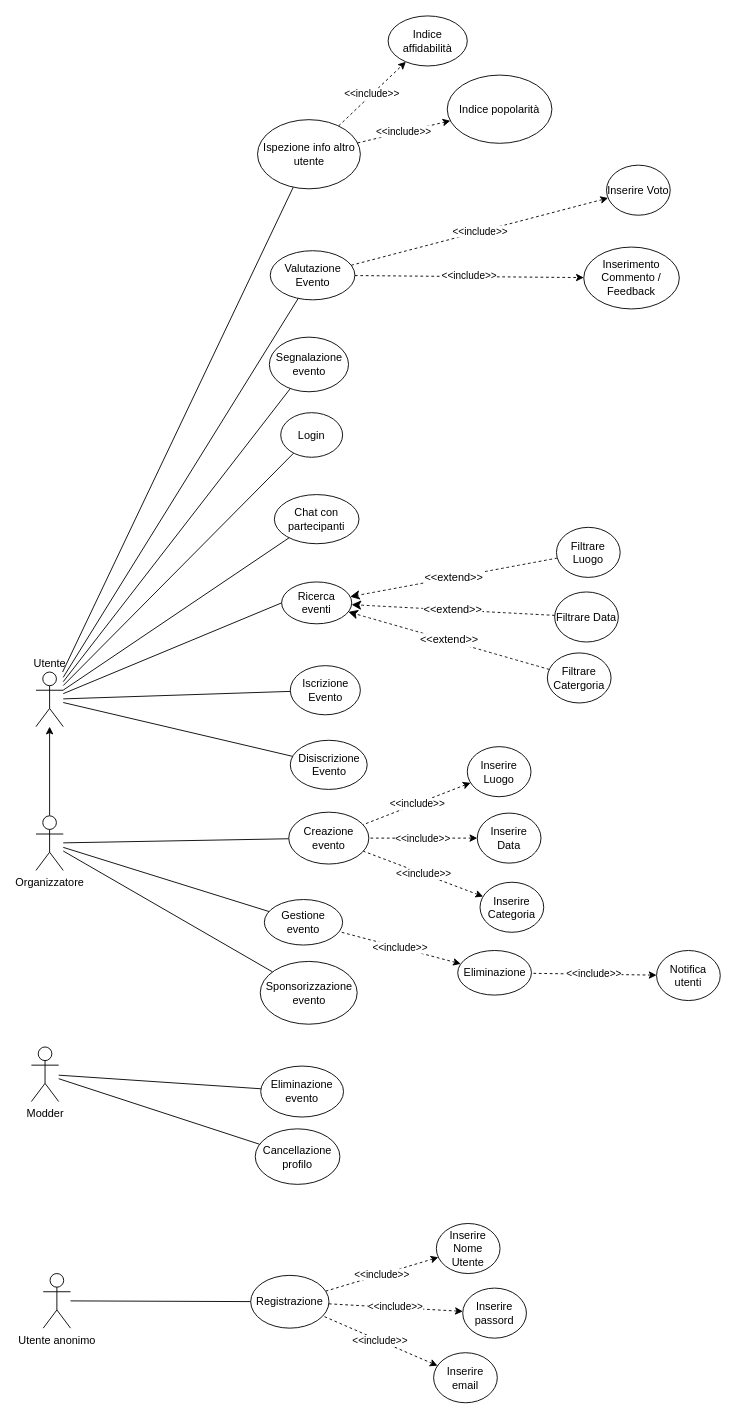
Above: docs/use_case.drawio in SamueleFacenda/activitn (draw.io), before the change. Source tidied: cells renumbered, new cells numbered last; positions are measured from the earlier drawing's top-left corner, leaving out a move shared by most shapes. Both pictures are drawn from the tidied source at 91%, with x=0, y=0 at pixel (31, 15).
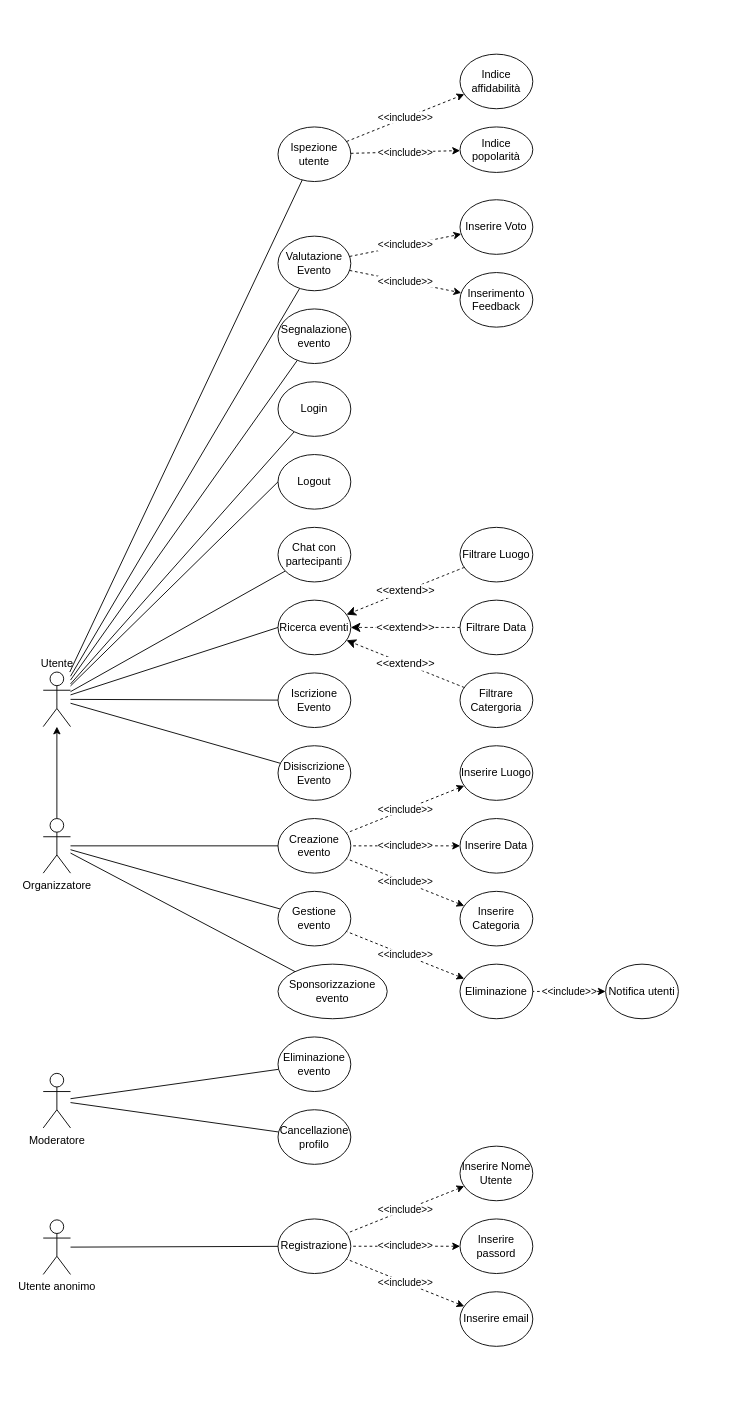
Above is the later version.

Commit message (it also covers changes not shown here):
docs: align and uniform use case nodes

Change to the diagram source:
```diff
@@
     <mxCell id="9" value="Utente" style="shape=umlActor;verticalLabelPosition=top;verticalAlign=bottom;html=1;outlineConnect=0;labelPosition=center;align=center;" parent="1" vertex="1">
-      <mxGeometry x="5" y="721" width="30" height="60" as="geometry" />
+      <mxGeometry x="13" y="721" width="30" height="60" as="geometry" />
     </mxCell>
@@
     <mxCell id="14" value="Organizzatore" style="shape=umlActor;verticalLabelPosition=bottom;verticalAlign=top;html=1;outlineConnect=0;" parent="1" vertex="1">
-      <mxGeometry x="5" y="879" width="30" height="60" as="geometry" />
+      <mxGeometry x="13" y="882" width="30" height="60" as="geometry" />
     </mxCell>
@@
-    <mxCell id="17" value="Modder" style="shape=umlActor;verticalLabelPosition=bottom;verticalAlign=top;html=1;outlineConnect=0;" parent="1" vertex="1">
-      <mxGeometry y="1133" width="30" height="60" as="geometry" />
+    <mxCell id="17" value="Moderatore" style="shape=umlActor;verticalLabelPosition=bottom;verticalAlign=top;html=1;outlineConnect=0;" parent="1" vertex="1">
+      <mxGeometry x="13" y="1162" width="30" height="60" as="geometry" />
     </mxCell>
     <mxCell id="18" value="Creazione evento" style="ellipse;whiteSpace=wrap;html=1;" parent="1" vertex="1">
-      <mxGeometry x="282.8" y="875" width="88" height="57" as="geometry" />
+      <mxGeometry x="271" y="882" width="80" height="60" as="geometry" />
     </mxCell>
     <mxCell id="19" value="Sponsorizzazione evento" style="ellipse;whiteSpace=wrap;html=1;" parent="1" vertex="1">
-      <mxGeometry x="251.5" y="1039" width="106.5" height="69" as="geometry" />
+      <mxGeometry x="271" y="1042" width="120" height="60" as="geometry" />
     </mxCell>
@@
     <mxCell id="21" value="Ricerca eventi" style="ellipse;whiteSpace=wrap;html=1;" parent="1" vertex="1">
-      <mxGeometry x="275" y="622" width="77" height="46" as="geometry" />
+      <mxGeometry x="271" y="642" width="80" height="60" as="geometry" />
     </mxCell>
     <mxCell id="22" value="Login" style="ellipse;whiteSpace=wrap;html=1;" parent="1" vertex="1">
-      <mxGeometry x="274" y="436" width="68" height="49" as="geometry" />
+      <mxGeometry x="271" y="402" width="80" height="60" as="geometry" />
     </mxCell>
     <mxCell id="23" value="Iscrizione Evento" style="ellipse;whiteSpace=wrap;html=1;" parent="1" vertex="1">
-      <mxGeometry x="284.5" y="714" width="77" height="54" as="geometry" />
+      <mxGeometry x="271" y="722" width="80" height="60" as="geometry" />
     </mxCell>
     <mxCell id="24" value="Disiscrizione Evento" style="ellipse;whiteSpace=wrap;html=1;" parent="1" vertex="1">
-      <mxGeometry x="284.5" y="796" width="84.5" height="54" as="geometry" />
+      <mxGeometry x="271" y="802" width="80" height="60" as="geometry" />
     </mxCell>
     <mxCell id="25" value="Cancellazione profilo" style="ellipse;whiteSpace=wrap;html=1;" parent="1" vertex="1">
-      <mxGeometry x="246" y="1223" width="93" height="61" as="geometry" />
+      <mxGeometry x="271" y="1202" width="80" height="60" as="geometry" />
     </mxCell>
     <mxCell id="26" value="Eliminazione evento" style="ellipse;whiteSpace=wrap;html=1;" parent="1" vertex="1">
-      <mxGeometry x="252" y="1154" width="91" height="56" as="geometry" />
+      <mxGeometry x="271" y="1122" width="80" height="60" as="geometry" />
     </mxCell>
     <mxCell id="27" value="Filtrare Catergoria" style="ellipse;whiteSpace=wrap;html=1;" parent="1" vertex="1">
-      <mxGeometry x="567" y="700" width="70" height="55" as="geometry" />
+      <mxGeometry x="471" y="722" width="80" height="60" as="geometry" />
     </mxCell>
     <mxCell id="28" value="Filtrare Data" style="ellipse;whiteSpace=wrap;html=1;" parent="1" vertex="1">
-      <mxGeometry x="575" y="633" width="70" height="55" as="geometry" />
+      <mxGeometry x="471" y="642" width="80" height="60" as="geometry" />
     </mxCell>
     <mxCell id="29" value="&lt;div&gt;Filtrare Luogo&lt;/div&gt;" style="ellipse;whiteSpace=wrap;html=1;" parent="1" vertex="1">
-      <mxGeometry x="577" y="562" width="70" height="55" as="geometry" />
+      <mxGeometry x="471" y="562" width="80" height="60" as="geometry" />
     </mxCell>
     <mxCell id="30" value="Segnalazione evento" style="ellipse;whiteSpace=wrap;html=1;" parent="1" vertex="1">
-      <mxGeometry x="261.5" y="353" width="87" height="60" as="geometry" />
+      <mxGeometry x="271" y="322" width="80" height="60" as="geometry" />
     </mxCell>
@@
     <mxCell id="33" value="Gestione evento" style="ellipse;whiteSpace=wrap;html=1;" parent="1" vertex="1">
-      <mxGeometry x="256" y="971" width="86" height="50" as="geometry" />
+      <mxGeometry x="271" y="962" width="80" height="60" as="geometry" />
     </mxCell>
     <mxCell id="34" value="Eliminazione" style="ellipse;whiteSpace=wrap;html=1;" parent="1" vertex="1">
-      <mxGeometry x="468.5" y="1027" width="81" height="49" as="geometry" />
+      <mxGeometry x="471" y="1042" width="80" height="60" as="geometry" />
     </mxCell>
@@
     <mxCell id="36" value="Chat con partecipanti" style="ellipse;whiteSpace=wrap;html=1;" parent="1" vertex="1">
-      <mxGeometry x="267" y="526" width="93" height="54" as="geometry" />
+      <mxGeometry x="271" y="562" width="80" height="60" as="geometry" />
     </mxCell>
     <mxCell id="37" value="Valutazione Evento" style="ellipse;whiteSpace=wrap;html=1;" parent="1" vertex="1">
-      <mxGeometry x="262.5" y="258" width="93" height="54" as="geometry" />
+      <mxGeometry x="271" y="242" width="80" height="60" as="geometry" />
     </mxCell>
     <mxCell id="38" value="Inserire Categoria" style="ellipse;whiteSpace=wrap;html=1;" parent="1" vertex="1">
-      <mxGeometry x="493" y="952" width="70" height="55" as="geometry" />
+      <mxGeometry x="471" y="962" width="80" height="60" as="geometry" />
     </mxCell>
     <mxCell id="39" value="Inserire Luogo" style="ellipse;whiteSpace=wrap;html=1;" parent="1" vertex="1">
-      <mxGeometry x="479" y="803" width="70" height="55" as="geometry" />
+      <mxGeometry x="471" y="802" width="80" height="60" as="geometry" />
     </mxCell>
     <mxCell id="40" value="Inserire Data" style="ellipse;whiteSpace=wrap;html=1;" parent="1" vertex="1">
-      <mxGeometry x="490" y="876" width="70" height="55" as="geometry" />
+      <mxGeometry x="471" y="882" width="80" height="60" as="geometry" />
     </mxCell>
@@
     <mxCell id="42" value="&lt;div&gt;Inserire Voto&lt;/div&gt;" style="ellipse;whiteSpace=wrap;html=1;" parent="1" vertex="1">
-      <mxGeometry x="632" y="164" width="70" height="55" as="geometry" />
+      <mxGeometry x="471" y="202" width="80" height="60" as="geometry" />
     </mxCell>
@@
     <mxCell id="44" value="Utente anonimo" style="shape=umlActor;verticalLabelPosition=bottom;verticalAlign=top;html=1;outlineConnect=0;" parent="1" vertex="1">
-      <mxGeometry x="13" y="1382" width="30" height="60" as="geometry" />
+      <mxGeometry x="13" y="1323" width="30" height="60" as="geometry" />
     </mxCell>
     <mxCell id="45" value="Registrazione" style="ellipse;whiteSpace=wrap;html=1;" parent="1" vertex="1">
-      <mxGeometry x="241" y="1384" width="86" height="58" as="geometry" />
+      <mxGeometry x="271" y="1322" width="80" height="60" as="geometry" />
     </mxCell>
-    <mxCell id="46" value="Ispezione info altro utente" style="ellipse;whiteSpace=wrap;html=1;" parent="1" vertex="1">
-      <mxGeometry x="248.5" y="114" width="113" height="76" as="geometry" />
+    <mxCell id="46" value="Ispezione utente" style="ellipse;whiteSpace=wrap;html=1;" parent="1" vertex="1">
+      <mxGeometry x="271" y="122" width="80" height="60" as="geometry" />
     </mxCell>
     <mxCell id="47" value="Indice affidabilità" style="ellipse;whiteSpace=wrap;html=1;" parent="1" vertex="1">
-      <mxGeometry x="392" width="87" height="55" as="geometry" />
+      <mxGeometry x="471" y="42" width="80" height="60" as="geometry" />
     </mxCell>
     <mxCell id="48" value="Indice popolarità" style="ellipse;whiteSpace=wrap;html=1;" parent="1" vertex="1">
-      <mxGeometry x="457" y="65" width="115" height="75" as="geometry" />
+      <mxGeometry x="471" y="122" width="80" height="50" as="geometry" />
     </mxCell>
@@
-    <mxCell id="52" value="Inserimento Commento / Feedback" style="ellipse;whiteSpace=wrap;html=1;" parent="1" vertex="1">
-      <mxGeometry x="607" y="254" width="105" height="68" as="geometry" />
+    <mxCell id="52" value="Inserimento Feedback" style="ellipse;whiteSpace=wrap;html=1;" parent="1" vertex="1">
+      <mxGeometry x="471" y="282" width="80" height="60" as="geometry" />
     </mxCell>
@@
     <mxCell id="57" value="&lt;div&gt;Inserire Nome Utente&lt;/div&gt;" style="ellipse;whiteSpace=wrap;html=1;" parent="1" vertex="1">
-      <mxGeometry x="445" y="1327" width="70" height="55" as="geometry" />
+      <mxGeometry x="471" y="1242" width="80" height="60" as="geometry" />
     </mxCell>
@@
     <mxCell id="59" value="Inserire passord" style="ellipse;whiteSpace=wrap;html=1;" parent="1" vertex="1">
-      <mxGeometry x="474" y="1398" width="70" height="55" as="geometry" />
+      <mxGeometry x="471" y="1322" width="80" height="60" as="geometry" />
     </mxCell>
@@
     <mxCell id="61" value="Inserire email" style="ellipse;whiteSpace=wrap;html=1;" parent="1" vertex="1">
-      <mxGeometry x="442" y="1469" width="70" height="55" as="geometry" />
+      <mxGeometry x="471" y="1402" width="80" height="60" as="geometry" />
     </mxCell>
@@
     <mxCell id="63" value="Notifica utenti" style="ellipse;whiteSpace=wrap;html=1;" parent="1" vertex="1">
-      <mxGeometry x="687" y="1027" width="70" height="55" as="geometry" />
+      <mxGeometry x="631" y="1042" width="80" height="60" as="geometry" />
     </mxCell>
@@
+    <mxCell id="65" style="rounded=0;jettySize=auto;html=1;exitX=0;exitY=0.5;exitDx=0;exitDy=0;endArrow=none;endFill=0;" parent="1" edge="1" source="66" target="9">
+      <mxGeometry relative="1" as="geometry" />
+    </mxCell>
+    <mxCell id="66" value="Logout" style="ellipse;whiteSpace=wrap;html=1;" parent="1" vertex="1">
+      <mxGeometry x="271" y="482" width="80" height="60" as="geometry" />
+    </mxCell>
```
